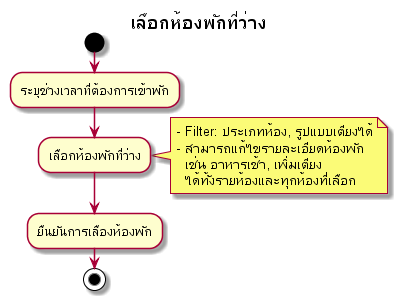
Before: out/activity-diagram/Room_Select/Room_Select/เลือกห้องพักที่ว่าง.png, a diagram exported from PlantUML (cheat13/Prompiman_Diagram).
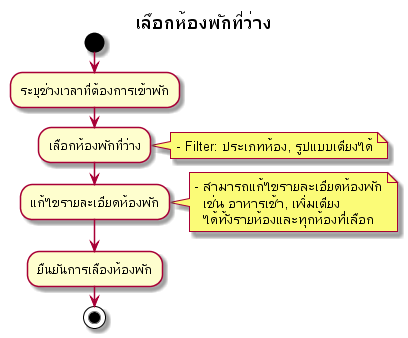
Above is the later version.

The edit, as a diff of the source:
```diff
@@ -3,9 +3,14 @@
 start
 
 :ระบุช่วงเวลาที่ต้องการเข้าพัก;
+
 :เลือกห้องพักที่ว่าง;
 note right
     - Filter: ประเภทห้อง, รูปแบบเตียงได้
+endnote
+
+:แก้ไขรายละเอียดห้องพัก;
+note right
     - สามารถแก้ไขรายละเอียดห้องพัก
       เช่น อาหารเช้า, เพิ่มเตียง
       ได้ทั้งรายห้องและทุกห้องที่เลือก
```
